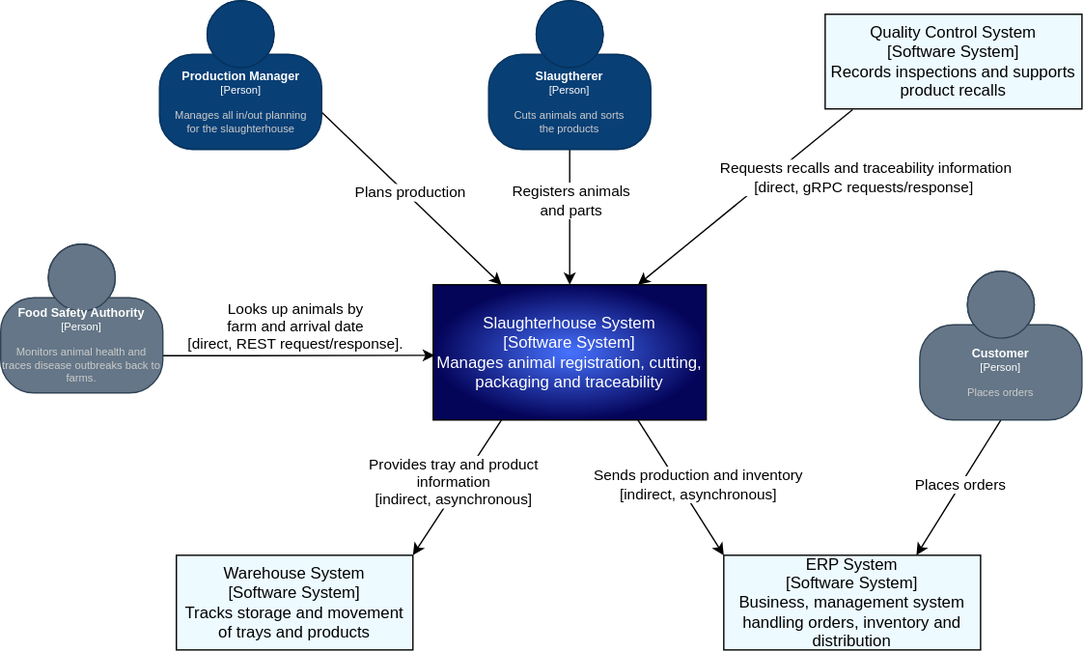
Earlier version of the draw.io export documentation/DSY_C1.drawio.svg (mforbeskr/DSY_Project). Source tidied: cells renumbered, new cells last; positions are measured from the earlier drawing's top-left corner, leaving out a move shared by most shapes.
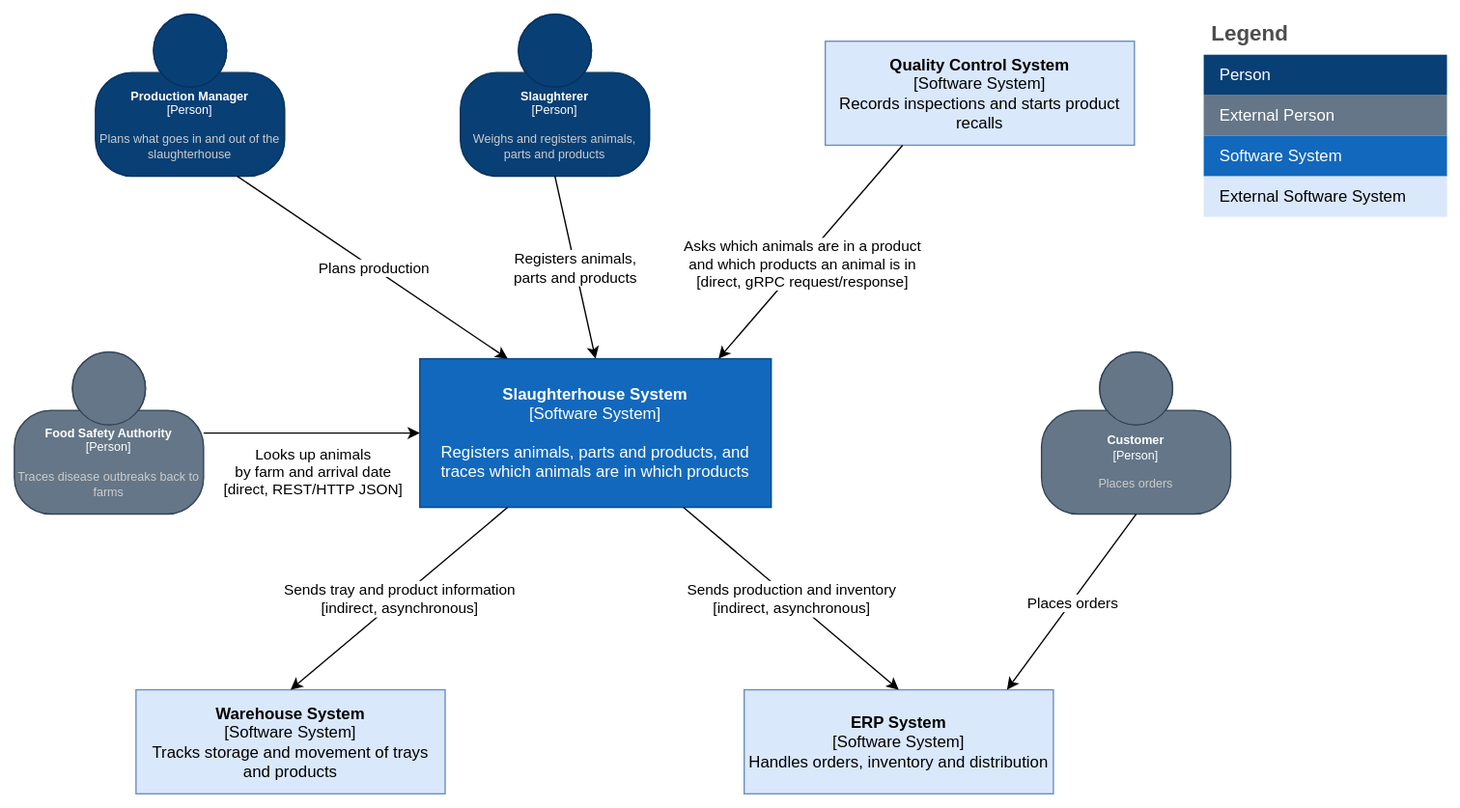
Above is the later version.

Diff of the diagram source:
```diff
@@ -2,98 +2,106 @@
   <root>
     <mxCell id="0" />
     <mxCell id="1" parent="0" />
-    <mxCell id="2" style="edgeStyle=orthogonalEdgeStyle;rounded=0;jettySize=auto;html=1;exitX=0.5;exitY=0.5;exitDx=0;exitDy=0;exitPerimeter=0;strokeColor=none;curved=1;" parent="1" edge="1" target="9">
-      <mxGeometry relative="1" as="geometry">
-        <mxPoint x="404" y="10" as="sourcePoint" />
-      </mxGeometry>
-    </mxCell>
-    <mxCell id="3" style="rounded=0;jettySize=auto;html=1;curved=1;entryX=0.5;entryY=0;entryDx=0;entryDy=0;exitX=0.5;exitY=1;exitDx=0;exitDy=0;exitPerimeter=0;" parent="1" edge="1" source="20" target="9">
-      <mxGeometry y="4.42" relative="1" as="geometry" />
-    </mxCell>
-    <mxCell id="4" value="Registers animals&lt;br&gt;and parts" style="edgeLabel;html=1;align=center;verticalAlign=middle;" parent="3" vertex="1">
-      <mxGeometry x="-0.01" y="2" relative="1" as="geometry">
-        <mxPoint x="-2" y="-12" as="offset" />
-      </mxGeometry>
-    </mxCell>
-    <mxCell id="5" style="rounded=0;jettySize=auto;html=1;curved=1;exitX=1;exitY=0.75;exitDx=0;exitDy=0;exitPerimeter=0;entryX=0.25;entryY=0;entryDx=0;entryDy=0;" parent="1" edge="1" source="19" target="9">
-      <mxGeometry x="-0.42" y="-3.39" relative="1" as="geometry" />
-    </mxCell>
+    <object id="25" label="&lt;font style=&quot;font-size: 9px;&quot;&gt;&lt;b&gt;%c4Name%&lt;/b&gt;&lt;/font&gt;&lt;div&gt;[%c4Type%]&lt;/div&gt;&lt;br&gt;&lt;div&gt;&lt;font style=&quot;font-size: 9px&quot;&gt;&lt;font color=&quot;#cccccc&quot;&gt;%c4Description%&lt;/font&gt;&lt;/font&gt;&lt;/div&gt;" c4Description="Plans what goes in and out of the slaughterhouse" c4Name="Production Manager" c4Type="Person" placeholders="1">
+      <mxCell style="html=1;fontSize=9;dashed=0;whiteSpace=wrap;fillColor=#083F75;strokeColor=#06315C;fontColor=#ffffff;shape=mxgraph.c4.person2;align=center;points=[[0.5,0,0],[1,0.5,0],[1,0.75,0],[0.75,1,0],[0.5,1,0],[0.25,1,0],[0,0.75,0],[0,0.5,0]];" parent="1" vertex="1">
+        <mxGeometry x="100" y="-90" width="140" height="120" as="geometry" />
+      </mxCell>
+    </object>
+    <object id="26" label="&lt;font style=&quot;font-size: 9px;&quot;&gt;&lt;b&gt;%c4Name%&lt;/b&gt;&lt;/font&gt;&lt;div&gt;[%c4Type%]&lt;/div&gt;&lt;br&gt;&lt;div&gt;&lt;font style=&quot;font-size: 9px&quot;&gt;&lt;font color=&quot;#cccccc&quot;&gt;%c4Description%&lt;/font&gt;&lt;/font&gt;&lt;/div&gt;" c4Description="Weighs and registers animals, parts and products" c4Name="Slaughterer" c4Type="Person" placeholders="1">
+      <mxCell style="html=1;fontSize=9;dashed=0;whiteSpace=wrap;fillColor=#083F75;strokeColor=#06315C;fontColor=#ffffff;shape=mxgraph.c4.person2;align=center;points=[[0.5,0,0],[1,0.5,0],[1,0.75,0],[0.75,1,0],[0.5,1,0],[0.25,1,0],[0,0.75,0],[0,0.5,0]];" parent="1" vertex="1">
+        <mxGeometry x="370" y="-90" width="140" height="120" as="geometry" />
+      </mxCell>
+    </object>
+    <object id="27" label="&lt;font style=&quot;font-size: 9px;&quot;&gt;&lt;b&gt;%c4Name%&lt;/b&gt;&lt;/font&gt;&lt;div&gt;[%c4Type%]&lt;/div&gt;&lt;br&gt;&lt;div&gt;&lt;font style=&quot;font-size: 9px&quot;&gt;&lt;font color=&quot;#cccccc&quot;&gt;%c4Description%&lt;/font&gt;&lt;/font&gt;&lt;/div&gt;" c4Description="Traces disease outbreaks back to farms" c4Name="Food Safety Authority" c4Type="Person" placeholders="1">
+      <mxCell style="html=1;fontSize=9;dashed=0;whiteSpace=wrap;fillColor=#647687;strokeColor=#314354;fontColor=#ffffff;shape=mxgraph.c4.person2;align=center;points=[[0.5,0,0],[1,0.5,0],[1,0.75,0],[0.75,1,0],[0.5,1,0],[0.25,1,0],[0,0.75,0],[0,0.5,0]];" parent="1" vertex="1">
+        <mxGeometry x="40" y="160" width="140" height="120" as="geometry" />
+      </mxCell>
+    </object>
+    <object id="28" label="&lt;font style=&quot;font-size: 9px;&quot;&gt;&lt;b&gt;%c4Name%&lt;/b&gt;&lt;/font&gt;&lt;div&gt;[%c4Type%]&lt;/div&gt;&lt;br&gt;&lt;div&gt;&lt;font style=&quot;font-size: 9px&quot;&gt;&lt;font color=&quot;#cccccc&quot;&gt;%c4Description%&lt;/font&gt;&lt;/font&gt;&lt;/div&gt;" c4Description="Places orders" c4Name="Customer" c4Type="Person" placeholders="1">
+      <mxCell style="html=1;fontSize=9;dashed=0;whiteSpace=wrap;fillColor=#647687;strokeColor=#314354;fontColor=#ffffff;shape=mxgraph.c4.person2;align=center;points=[[0.5,0,0],[1,0.5,0],[1,0.75,0],[0.75,1,0],[0.5,1,0],[0.25,1,0],[0,0.75,0],[0,0.5,0]];" parent="1" vertex="1">
+        <mxGeometry x="800" y="160" width="140" height="120" as="geometry" />
+      </mxCell>
+    </object>
+    <mxCell id="29" value="&lt;b&gt;Slaughterhouse System&lt;/b&gt;&lt;br&gt;[Software System]&lt;br&gt;&lt;br&gt;Registers animals, parts and products, and traces which animals are in which products" style="rounded=0;whiteSpace=wrap;html=1;fillColor=#1168BD;strokeColor=#0B4884;fontColor=#ffffff;" parent="1" vertex="1">
+      <mxGeometry x="340" y="165" width="260" height="110" as="geometry" />
+    </mxCell>
+    <mxCell id="30" value="&lt;b&gt;Quality Control System&lt;/b&gt;&lt;br&gt;[Software System]&lt;br&gt;Records inspections and starts product recalls" style="rounded=0;whiteSpace=wrap;html=1;fillColor=#dae8fc;strokeColor=#6c8ebf;" parent="1" vertex="1">
+      <mxGeometry x="640" y="-70" width="228.8" height="77" as="geometry" />
+    </mxCell>
+    <mxCell id="11" value="&lt;b&gt;Warehouse System&lt;/b&gt;&lt;br&gt;[Software System]&lt;br&gt;Tracks storage and movement of trays and products" style="rounded=0;whiteSpace=wrap;html=1;fillColor=#dae8fc;strokeColor=#6c8ebf;" parent="1" vertex="1">
+      <mxGeometry x="130" y="410" width="228.8" height="77" as="geometry" />
+    </mxCell>
+    <mxCell id="31" value="&lt;b&gt;ERP System&lt;/b&gt;&lt;br&gt;[Software System]&lt;br&gt;Handles orders, inventory and distribution" style="rounded=0;whiteSpace=wrap;html=1;fillColor=#dae8fc;strokeColor=#6c8ebf;" parent="1" vertex="1">
+      <mxGeometry x="580" y="410" width="228.8" height="77" as="geometry" />
+    </mxCell>
+    <mxCell id="32" style="rounded=0;jettySize=auto;html=1;curved=1;exitX=0.75;exitY=1;exitDx=0;exitDy=0;entryX=0.25;entryY=0;entryDx=0;entryDy=0;" parent="1" edge="1" source="25" target="29">
+      <mxGeometry relative="1" as="geometry" />
+    </mxCell>
-    <mxCell id="6" value="Plans production" style="edgeLabel;html=1;align=center;verticalAlign=middle;" parent="5" vertex="1">
-      <mxGeometry x="-0.11" relative="1" as="geometry">
-        <mxPoint x="6" y="2" as="offset" />
-      </mxGeometry>
+    <mxCell id="6" value="Plans production" style="edgeLabel;html=1;align=center;verticalAlign=middle;" parent="32" vertex="1">
+      <mxGeometry relative="1" as="geometry" />
     </mxCell>
-    <mxCell id="7" style="rounded=0;jettySize=auto;html=1;startArrow=none;endArrow=classic;exitX=0.75;exitY=1;exitDx=0;exitDy=0;curved=1;endFill=1;entryX=0;entryY=0;entryDx=0;entryDy=0;" parent="1" edge="1" source="9" target="10">
-      <mxGeometry relative="1" as="geometry" />
-    </mxCell>
+    <mxCell id="33" style="rounded=0;jettySize=auto;html=1;curved=1;exitX=0.5;exitY=1;exitDx=0;exitDy=0;entryX=0.5;entryY=0;entryDx=0;entryDy=0;" parent="1" edge="1" source="26" target="29">
+      <mxGeometry relative="1" as="geometry" />
+    </mxCell>
+    <mxCell id="34" value="Registers animals,&lt;br&gt;parts and products" style="edgeLabel;html=1;align=center;verticalAlign=middle;" parent="33" vertex="1">
+      <mxGeometry relative="1" as="geometry" />
+    </mxCell>
+    <mxCell id="35" style="rounded=0;jettySize=auto;html=1;curved=1;exitX=0.25;exitY=1;exitDx=0;exitDy=0;entryX=0.85;entryY=0;entryDx=0;entryDy=0;" parent="1" edge="1" source="30" target="29">
+      <mxGeometry relative="1" as="geometry" />
+    </mxCell>
+    <mxCell id="36" value="Asks which animals are in a product&lt;br&gt;and which products an animal is in&lt;br&gt;[direct, gRPC request/response]" style="edgeLabel;html=1;align=center;verticalAlign=middle;" parent="35" vertex="1">
+      <mxGeometry x="0.1" relative="1" as="geometry" />
+    </mxCell>
+    <mxCell id="37" style="rounded=0;jettySize=auto;html=1;curved=1;exitX=1;exitY=0.5;exitDx=0;exitDy=0;entryX=0;entryY=0.5;entryDx=0;entryDy=0;" parent="1" edge="1" source="27" target="29">
+      <mxGeometry relative="1" as="geometry" />
+    </mxCell>
+    <mxCell id="38" value="Looks up animals&lt;br&gt;by farm and arrival date&lt;br&gt;[direct, REST/HTTP JSON]" style="edgeLabel;html=1;align=center;verticalAlign=middle;" parent="37" vertex="1">
+      <mxGeometry y="-28" relative="1" as="geometry" />
+    </mxCell>
+    <mxCell id="39" style="rounded=0;jettySize=auto;html=1;curved=1;exitX=0.25;exitY=1;exitDx=0;exitDy=0;entryX=0.5;entryY=0;entryDx=0;entryDy=0;" parent="1" edge="1" source="29" target="11">
+      <mxGeometry relative="1" as="geometry" />
+    </mxCell>
+    <mxCell id="40" value="Sends tray and product information&lt;br&gt;[indirect, asynchronous]" style="edgeLabel;html=1;align=center;verticalAlign=middle;" parent="39" vertex="1">
+      <mxGeometry relative="1" as="geometry" />
+    </mxCell>
+    <mxCell id="41" style="rounded=0;jettySize=auto;html=1;curved=1;exitX=0.75;exitY=1;exitDx=0;exitDy=0;entryX=0.5;entryY=0;entryDx=0;entryDy=0;" parent="1" edge="1" source="29" target="31">
+      <mxGeometry relative="1" as="geometry" />
+    </mxCell>
-    <mxCell id="8" value="Sends production and inventory&lt;br&gt;[indirect, asynchronous]" style="edgeLabel;html=1;align=center;verticalAlign=middle;" parent="7" vertex="1">
-      <mxGeometry x="-0.18" relative="1" as="geometry">
-        <mxPoint x="18" y="6" as="offset" />
-      </mxGeometry>
+    <mxCell id="8" value="Sends production and inventory&lt;br&gt;[indirect, asynchronous]" style="edgeLabel;html=1;align=center;verticalAlign=middle;" parent="41" vertex="1">
+      <mxGeometry relative="1" as="geometry" />
     </mxCell>
-    <mxCell id="9" value="&lt;span style=&quot;color: rgb(255, 255, 255); font-weight: normal;&quot;&gt;Slaughterhouse System&lt;/span&gt;&lt;div&gt;&lt;span style=&quot;color: rgb(255, 255, 255); font-weight: normal;&quot;&gt;[Software System]&lt;br&gt;Manages animal registration, cutting,&lt;br&gt;packaging and traceability&lt;/span&gt;&lt;/div&gt;" style="whiteSpace=wrap;html=1;align=center;newEdgeStyle={&quot;edgeStyle&quot;:&quot;elbowEdgeStyle&quot;,&quot;startArrow&quot;:&quot;none&quot;,&quot;endArrow&quot;:&quot;none&quot;};fillColor=#4772FF;gradientColor=#040459;gradientDirection=radial;fontStyle=1;" parent="1" vertex="1">
-      <mxGeometry x="320" y="210" width="202" height="100" as="geometry" />
-    </mxCell>
-    <mxCell id="10" value="ERP System&lt;div&gt;[Software System]&lt;br&gt;Business, management system handling orders, inventory and distribution&lt;/div&gt;" style="whiteSpace=wrap;html=1;align=center;newEdgeStyle={&quot;edgeStyle&quot;:&quot;elbowEdgeStyle&quot;,&quot;startArrow&quot;:&quot;none&quot;,&quot;endArrow&quot;:&quot;none&quot;};fillColor=#EDFAFF;" parent="1" vertex="1">
-      <mxGeometry x="535" y="410" width="190" height="70" as="geometry" />
-    </mxCell>
-    <mxCell id="11" value="Warehouse System&lt;div&gt;[Software System]&lt;br&gt;Tracks storage and movement of trays and products&lt;/div&gt;" style="whiteSpace=wrap;html=1;align=center;newEdgeStyle={&quot;edgeStyle&quot;:&quot;elbowEdgeStyle&quot;,&quot;startArrow&quot;:&quot;none&quot;,&quot;endArrow&quot;:&quot;none&quot;};fillColor=#EDFAFF;" parent="1" vertex="1">
-      <mxGeometry x="130" y="410" width="175" height="70" as="geometry" />
-    </mxCell>
-    <mxCell id="12" style="rounded=0;jettySize=auto;html=1;exitX=0.5;exitY=1;exitDx=0;exitDy=0;exitPerimeter=0;curved=1;entryX=0.75;entryY=0;entryDx=0;entryDy=0;" parent="1" edge="1" source="21" target="10">
-      <mxGeometry x="-0.4" y="-5.79" relative="1" as="geometry" />
-    </mxCell>
-    <mxCell id="13" value="Pl&lt;span style=&quot;color: light-dark(rgb(0, 0, 0), rgb(255, 255, 255));&quot;&gt;aces orders&lt;/span&gt;" style="edgeLabel;html=1;align=center;verticalAlign=middle;labelBackgroundColor=default;" parent="12" vertex="1">
-      <mxGeometry x="0.09" y="12.12" relative="1" as="geometry">
-        <mxPoint x="-7" y="-13" as="offset" />
-      </mxGeometry>
-    </mxCell>
-    <mxCell id="14" style="rounded=0;jettySize=auto;html=1;startArrow=none;endArrow=classic;exitX=0.25;exitY=1;exitDx=0;exitDy=0;curved=1;endFill=1;entryX=1;entryY=0;entryDx=0;entryDy=0;" parent="1" edge="1" source="9" target="11">
-      <mxGeometry relative="1" as="geometry" />
-    </mxCell>
-    <mxCell id="15" value="Provides tray and product &lt;br&gt;information&lt;br&gt;[indirect, asynchronous]" style="edgeLabel;html=1;align=center;verticalAlign=middle;" parent="14" vertex="1">
-      <mxGeometry x="0.12" y="-2" relative="1" as="geometry">
-        <mxPoint x="2" y="-9" as="offset" />
-      </mxGeometry>
-    </mxCell>
-    <mxCell id="16" style="rounded=0;jettySize=auto;html=1;startArrow=none;endArrow=classic;exitX=0.107;exitY=1.007;exitDx=0;exitDy=0;curved=1;endFill=1;entryX=0.75;entryY=0;entryDx=0;entryDy=0;exitPerimeter=0;" parent="1" edge="1" source="18" target="9">
-      <mxGeometry relative="1" as="geometry" />
-    </mxCell>
-    <mxCell id="17" value="Requests recalls and traceability information&lt;br&gt;[direct, gRPC requests/response]&amp;nbsp;" style="edgeLabel;html=1;align=center;verticalAlign=middle;" parent="16" vertex="1">
-      <mxGeometry x="-0.56" y="-6" relative="1" as="geometry">
-        <mxPoint x="48" y="26" as="offset" />
-      </mxGeometry>
-    </mxCell>
-    <mxCell id="18" value="Quality Control System&lt;div&gt;[Software System]&lt;br&gt;Records inspections and supports product recalls&lt;/div&gt;" style="whiteSpace=wrap;html=1;align=center;newEdgeStyle={&quot;edgeStyle&quot;:&quot;elbowEdgeStyle&quot;,&quot;startArrow&quot;:&quot;none&quot;,&quot;endArrow&quot;:&quot;none&quot;};fillColor=#EDFAFF;" parent="1" vertex="1">
-      <mxGeometry x="610" y="10" width="190" height="70" as="geometry" />
-    </mxCell>
-    <object id="19" label="&lt;font style=&quot;font-size: 9px;&quot;&gt;&lt;b&gt;%c4Name%&lt;/b&gt;&lt;/font&gt;&lt;div&gt;[%c4Type%]&lt;/div&gt;&lt;br&gt;&lt;div&gt;&lt;font style=&quot;font-size: 8px;&quot;&gt;&lt;font color=&quot;#cccccc&quot;&gt;%c4Description%&lt;/font&gt;&lt;/font&gt;&lt;/div&gt;" c4Description="Manages all in/out planning &#10;for the slaughterhouse" c4Name="Production Manager" c4Type="Person" placeholders="1">
-      <mxCell style="html=1;fontSize=8;dashed=0;whiteSpace=wrap;fillColor=#083F75;strokeColor=#06315C;fontColor=#ffffff;shape=mxgraph.c4.person2;align=center;points=[[0.5,0,0],[1,0.5,0],[1,0.75,0],[0.75,1,0],[0.5,1,0],[0.25,1,0],[0,0.75,0],[0,0.5,0]];" parent="1" vertex="1">
-        <mxGeometry x="117.5" width="120" height="110" as="geometry" />
-      </mxCell>
-    </object>
-    <object id="20" label="&lt;font style=&quot;font-size: 9px;&quot;&gt;&lt;b&gt;%c4Name%&lt;/b&gt;&lt;/font&gt;&lt;div&gt;[%c4Type%]&lt;/div&gt;&lt;br&gt;&lt;div&gt;&lt;font style=&quot;font-size: 8px;&quot;&gt;&lt;font color=&quot;#cccccc&quot;&gt;%c4Description%&lt;/font&gt;&lt;/font&gt;&lt;/div&gt;" c4Description="Cuts animals and sorts &#10;the products" c4Name="Slaugtherer" c4Type="Person" placeholders="1">
-      <mxCell style="html=1;fontSize=8;dashed=0;whiteSpace=wrap;fillColor=#083F75;strokeColor=#06315C;fontColor=#ffffff;shape=mxgraph.c4.person2;align=center;points=[[0.5,0,0],[1,0.5,0],[1,0.75,0],[0.75,1,0],[0.5,1,0],[0.25,1,0],[0,0.75,0],[0,0.5,0]];" parent="1" vertex="1">
-        <mxGeometry x="361" width="120" height="110" as="geometry" />
-      </mxCell>
-    </object>
-    <object id="21" label="&lt;font style=&quot;font-size: 9px;&quot;&gt;&lt;b&gt;%c4Name%&lt;/b&gt;&lt;/font&gt;&lt;div&gt;[%c4Type%]&lt;/div&gt;&lt;br&gt;&lt;div&gt;&lt;font style=&quot;font-size: 8px;&quot;&gt;&lt;font color=&quot;#cccccc&quot;&gt;%c4Description%&lt;/font&gt;&lt;/font&gt;&lt;/div&gt;" c4Description="Places orders" c4Name="Customer" c4Type="Person" placeholders="1">
-      <mxCell style="html=1;fontSize=8;dashed=0;whiteSpace=wrap;fillColor=#647687;strokeColor=#314354;fontColor=#ffffff;shape=mxgraph.c4.person2;align=center;points=[[0.5,0,0],[1,0.5,0],[1,0.75,0],[0.75,1,0],[0.5,1,0],[0.25,1,0],[0,0.75,0],[0,0.5,0]];" parent="1" vertex="1">
-        <mxGeometry x="680" y="200" width="120" height="110" as="geometry" />
-      </mxCell>
-    </object>
-    <mxCell id="22" style="rounded=0;jettySize=auto;html=1;exitX=1;exitY=0.75;exitDx=0;exitDy=0;exitPerimeter=0;entryX=0.006;entryY=0.522;entryDx=0;entryDy=0;entryPerimeter=0;" parent="1" edge="1" source="24" target="9">
-      <mxGeometry relative="1" as="geometry" />
-    </mxCell>
-    <mxCell id="23" value="Looks up animals by &lt;br&gt;farm and arrival date &lt;br&gt;[direct, REST request/response]." style="edgeLabel;html=1;align=center;verticalAlign=middle;" parent="22" vertex="1">
-      <mxGeometry x="-0.31" relative="1" as="geometry">
-        <mxPoint x="28" y="-22" as="offset" />
-      </mxGeometry>
-    </mxCell>
-    <object id="24" label="&lt;font style=&quot;font-size: 9px;&quot;&gt;&lt;b&gt;%c4Name%&lt;/b&gt;&lt;/font&gt;&lt;div&gt;[%c4Type%]&lt;/div&gt;&lt;br&gt;&lt;div&gt;&lt;font style=&quot;font-size: 8px;&quot;&gt;&lt;font color=&quot;#cccccc&quot;&gt;%c4Description%&lt;/font&gt;&lt;/font&gt;&lt;/div&gt;" c4Description="Monitors animal health and traces disease outbreaks back to farms." c4Name="Food Safety Authority" c4Type="Person" placeholders="1">
-      <mxCell style="html=1;fontSize=8;dashed=0;whiteSpace=wrap;fillColor=#647687;strokeColor=#314354;fontColor=#ffffff;shape=mxgraph.c4.person2;align=center;points=[[0.5,0,0],[1,0.5,0],[1,0.75,0],[0.75,1,0],[0.5,1,0],[0.25,1,0],[0,0.75,0],[0,0.5,0]];" parent="1" vertex="1">
-        <mxGeometry y="180" width="120" height="110" as="geometry" />
-      </mxCell>
-    </object>
+    <mxCell id="42" style="rounded=0;jettySize=auto;html=1;curved=1;exitX=0.5;exitY=1;exitDx=0;exitDy=0;entryX=0.85;entryY=0;entryDx=0;entryDy=0;" parent="1" edge="1" source="28" target="31">
+      <mxGeometry relative="1" as="geometry" />
+    </mxCell>
+    <mxCell id="43" value="Places orders" style="edgeLabel;html=1;align=center;verticalAlign=middle;" parent="42" vertex="1">
+      <mxGeometry relative="1" as="geometry" />
+    </mxCell>
+    <mxCell id="44" value="Legend" style="shape=table;startSize=30;fontSize=16;align=left;verticalAlign=top;fillColor=none;strokeColor=none;fontColor=#4D4D4D;fontStyle=1;spacingLeft=6;spacing=0;" parent="1" vertex="1">
+      <mxGeometry x="920" y="-90" width="180" height="150" as="geometry" />
+    </mxCell>
+    <mxCell id="45" style="shape=tableRow;horizontal=0;startSize=0;swimlaneHead=0;swimlaneBody=0;strokeColor=inherit;top=0;left=0;bottom=0;right=0;fillColor=none;fontSize=12;" parent="44" vertex="1">
+      <mxGeometry y="30" width="180" height="30" as="geometry" />
+    </mxCell>
+    <mxCell id="46" value="Person" style="shape=partialRectangle;html=1;whiteSpace=wrap;strokeColor=inherit;overflow=hidden;fillColor=#083F75;top=0;left=0;bottom=0;right=0;fontSize=12;align=left;fontColor=#FFFFFF;gradientColor=none;spacingLeft=10;spacingRight=4;" parent="45" vertex="1">
+      <mxGeometry width="180" height="30" as="geometry" />
+    </mxCell>
+    <mxCell id="47" style="shape=tableRow;horizontal=0;startSize=0;swimlaneHead=0;swimlaneBody=0;strokeColor=inherit;top=0;left=0;bottom=0;right=0;fillColor=none;fontSize=12;" parent="44" vertex="1">
+      <mxGeometry y="60" width="180" height="30" as="geometry" />
+    </mxCell>
+    <mxCell id="48" value="External Person" style="shape=partialRectangle;html=1;whiteSpace=wrap;strokeColor=inherit;overflow=hidden;fillColor=#647687;top=0;left=0;bottom=0;right=0;fontSize=12;align=left;fontColor=#FFFFFF;gradientColor=none;spacingLeft=10;spacingRight=4;" parent="47" vertex="1">
+      <mxGeometry width="180" height="30" as="geometry" />
+    </mxCell>
+    <mxCell id="49" style="shape=tableRow;horizontal=0;startSize=0;swimlaneHead=0;swimlaneBody=0;strokeColor=inherit;top=0;left=0;bottom=0;right=0;fillColor=none;fontSize=12;" parent="44" vertex="1">
+      <mxGeometry y="90" width="180" height="30" as="geometry" />
+    </mxCell>
+    <mxCell id="50" value="Software System" style="shape=partialRectangle;html=1;whiteSpace=wrap;strokeColor=inherit;overflow=hidden;fillColor=#1168BD;top=0;left=0;bottom=0;right=0;fontSize=12;align=left;fontColor=#FFFFFF;gradientColor=none;spacingLeft=10;spacingRight=4;" parent="49" vertex="1">
+      <mxGeometry width="180" height="30" as="geometry" />
+    </mxCell>
+    <mxCell id="51" style="shape=tableRow;horizontal=0;startSize=0;swimlaneHead=0;swimlaneBody=0;strokeColor=inherit;top=0;left=0;bottom=0;right=0;fillColor=none;fontSize=12;" parent="44" vertex="1">
+      <mxGeometry y="120" width="180" height="30" as="geometry" />
+    </mxCell>
+    <mxCell id="52" value="External Software System" style="shape=partialRectangle;html=1;whiteSpace=wrap;strokeColor=inherit;overflow=hidden;fillColor=#DAE8FC;top=0;left=0;bottom=0;right=0;fontSize=12;align=left;fontColor=#000000;gradientColor=none;spacingLeft=10;spacingRight=4;" parent="51" vertex="1">
+      <mxGeometry width="180" height="30" as="geometry" />
+    </mxCell>
   </root>
 </mxGraphModel>
```
